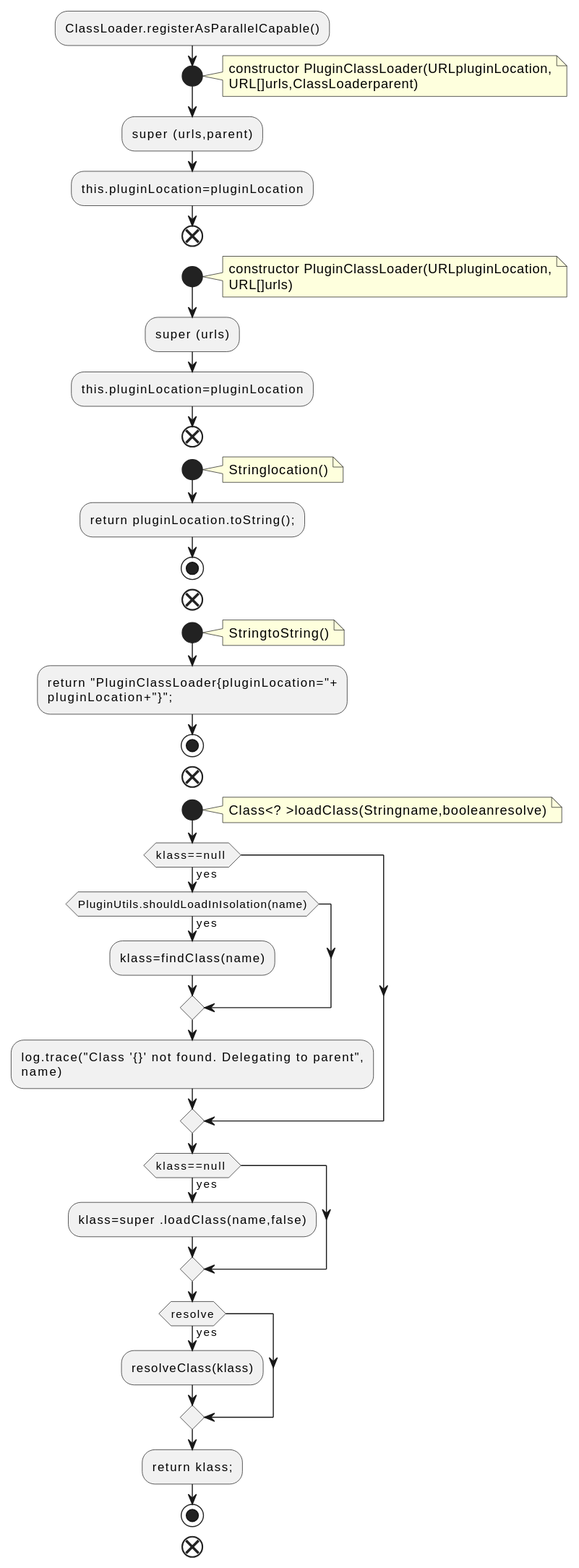
Earlier version of the PlantUML export docs/qc/connect/runtime/src/main/java/org/apache/kafka/connect/runtime/isolation/PluginClassLoader.java.fct.svg (qualitesys/kafka). Its diagram source:
```plantuml
@startuml
!pragma layout smetana
:ClassLoader.registerAsParallelCapable();
start
note right
constructor PluginClassLoader(URLpluginLocation,
URL[]urls,ClassLoaderparent)
end note
:super (urls,parent);
:this.pluginLocation=pluginLocation;
end
start
note right
constructor PluginClassLoader(URLpluginLocation,
URL[]urls)
end note
:super (urls);
:this.pluginLocation=pluginLocation;
end
start
note right
Stringlocation()
end note
:return pluginLocation.toString();;
stop
end
start
note right
StringtoString()
end note
:return "PluginClassLoader{pluginLocation="+
pluginLocation+"}";;
stop
end
start
note right
Class<? >loadClass(Stringname,booleanresolve)
end note
if (klass==null ) then (yes)
if (PluginUtils.shouldLoadInIsolation(name)) then (yes)
:klass=findClass(name);
endif
:log.trace("Class '{}' not found. Delegating to parent",
name);
endif
if (klass==null ) then (yes)
:klass=super .loadClass(name,false);
endif
if (resolve) then (yes)
:resolveClass(klass);
endif
:return klass;;
stop
end
@enduml
```
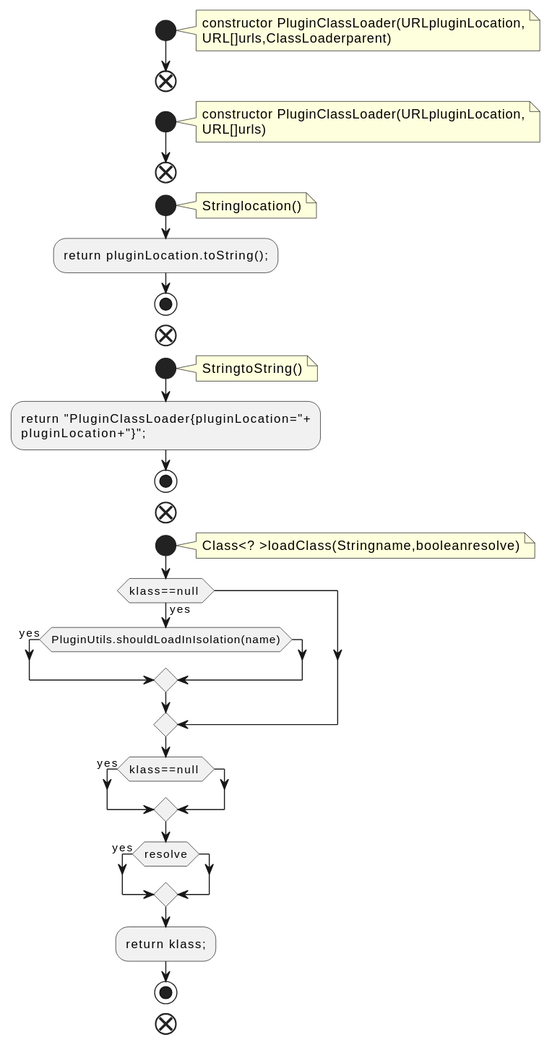
After the change.

Diff of the diagram source:
```diff
@@ -1,21 +1,16 @@
 @startuml
 !pragma layout smetana
-:ClassLoader.registerAsParallelCapable();
 start
 note right
 constructor PluginClassLoader(URLpluginLocation,
 URL[]urls,ClassLoaderparent)
 end note
-:super (urls,parent);
-:this.pluginLocation=pluginLocation;
 end
 start
 note right
 constructor PluginClassLoader(URLpluginLocation,
 URL[]urls)
 end note
-:super (urls);
-:this.pluginLocation=pluginLocation;
 end
 start
 note right
@@ -38,16 +33,11 @@
 end note
 if (klass==null ) then (yes)
 if (PluginUtils.shouldLoadInIsolation(name)) then (yes)
-:klass=findClass(name);
 endif
-:log.trace("Class '{}' not found. Delegating to parent",
-name);
 endif
 if (klass==null ) then (yes)
-:klass=super .loadClass(name,false);
 endif
 if (resolve) then (yes)
-:resolveClass(klass);
 endif
 :return klass;;
 stop
```
